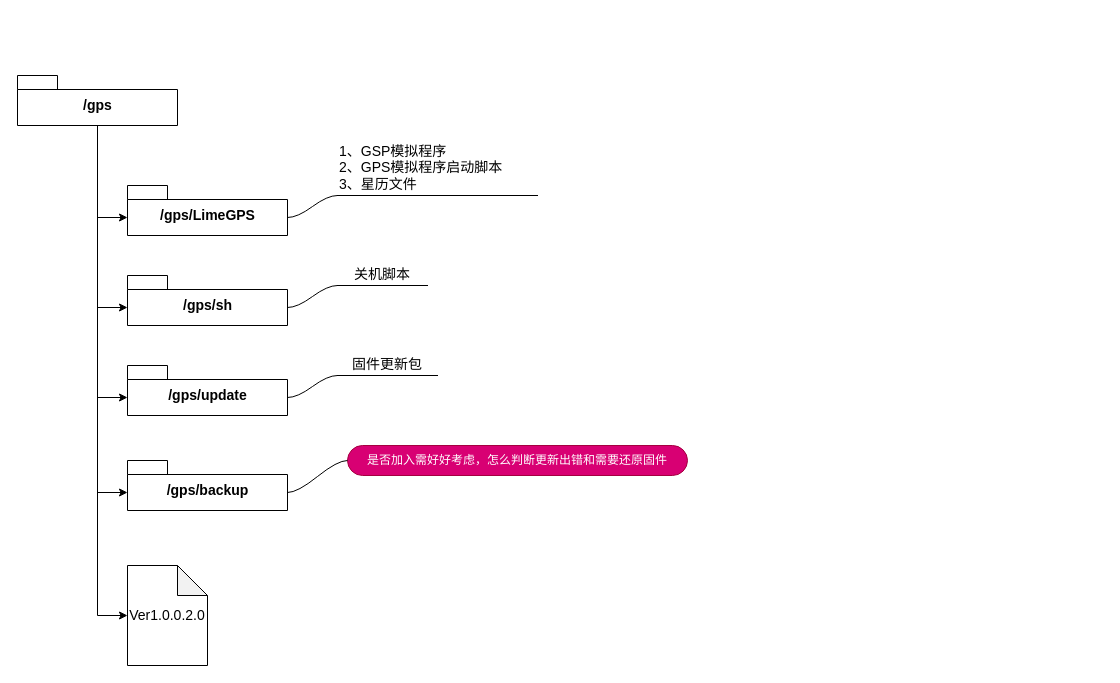
kyphoon/ysb_drawio_tree keeps this draw.io diagram as page "隐身保固件存放目录" (20 of 25) of 隐身保arm版-业务流程-V1.0-20221028-1.drawio. Above is the earlier version. Source tidied: cells renumbered, new cells numbered last; positions are measured from the earlier drawing's top-left corner, leaving out a move shared by most shapes. Both pictures are drawn from the tidied source at 100%, with x=0, y=0 at pixel (17, 75).
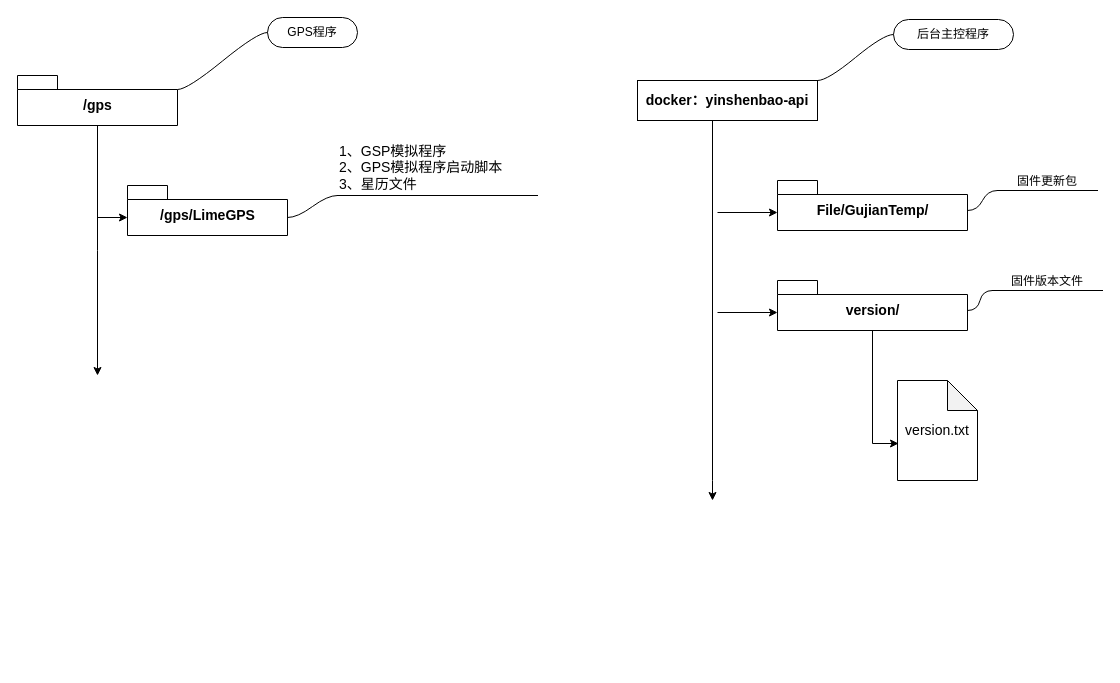
After the change.

The change refers to these unchanged cells:
```xml
<mxCell id="7" value="/gps" style="shape=folder;fontStyle=1;spacingTop=10;tabWidth=40;tabHeight=14;tabPosition=left;html=1;fontSize=14;" parent="1" vertex="1">
  <mxGeometry width="160" height="50" as="geometry" />
</mxCell>
```

What changed in the source:
```diff
@@
-    <mxCell id="3" style="edgeStyle=orthogonalEdgeStyle;rounded=0;jettySize=auto;html=1;entryX=0;entryY=0;entryDx=0;entryDy=32;entryPerimeter=0;fontSize=14;" parent="1" edge="1" source="7" target="9">
-      <mxGeometry relative="1" as="geometry" />
-    </mxCell>
-    <mxCell id="4" style="edgeStyle=orthogonalEdgeStyle;rounded=0;jettySize=auto;html=1;entryX=0;entryY=0;entryDx=0;entryDy=32;entryPerimeter=0;fontSize=14;" parent="1" edge="1" source="7" target="10">
-      <mxGeometry relative="1" as="geometry" />
-    </mxCell>
-    <mxCell id="5" style="edgeStyle=orthogonalEdgeStyle;rounded=0;jettySize=auto;html=1;entryX=0;entryY=0;entryDx=0;entryDy=32;entryPerimeter=0;fontSize=14;" parent="1" edge="1" source="7" target="11">
-      <mxGeometry relative="1" as="geometry" />
-    </mxCell>
-    <mxCell id="6" style="edgeStyle=orthogonalEdgeStyle;rounded=0;jettySize=auto;html=1;entryX=0;entryY=0.5;entryDx=0;entryDy=0;entryPerimeter=0;fontSize=14;" parent="1" edge="1" source="7" target="12">
-      <mxGeometry relative="1" as="geometry" />
+    <mxCell id="6" style="edgeStyle=orthogonalEdgeStyle;rounded=0;jettySize=auto;html=1;fontSize=14;" parent="1" edge="1" source="7">
+      <mxGeometry relative="1" as="geometry">
+        <mxPoint x="80" y="300" as="targetPoint" />
+      </mxGeometry>
     </mxCell>
@@
-    <mxCell id="9" value="/gps/sh" style="shape=folder;fontStyle=1;spacingTop=10;tabWidth=40;tabHeight=14;tabPosition=left;html=1;fontSize=14;" parent="1" vertex="1">
-      <mxGeometry x="110" y="200" width="160" height="50" as="geometry" />
-    </mxCell>
-    <mxCell id="10" value="/gps/update" style="shape=folder;fontStyle=1;spacingTop=10;tabWidth=40;tabHeight=14;tabPosition=left;html=1;fontSize=14;" parent="1" vertex="1">
-      <mxGeometry x="110" y="290" width="160" height="50" as="geometry" />
-    </mxCell>
-    <mxCell id="11" value="/gps/backup" style="shape=folder;fontStyle=1;spacingTop=10;tabWidth=40;tabHeight=14;tabPosition=left;html=1;fontSize=14;" parent="1" vertex="1">
-      <mxGeometry x="110" y="385" width="160" height="50" as="geometry" />
-    </mxCell>
-    <mxCell id="12" value="Ver1.0.0.2.0" style="shape=note;whiteSpace=wrap;html=1;backgroundOutline=1;darkOpacity=0.05;fontSize=14;" parent="1" vertex="1">
-      <mxGeometry x="110" y="490" width="80" height="100" as="geometry" />
-    </mxCell>
@@
-    <mxCell id="15" value="关机脚本" style="whiteSpace=wrap;html=1;shape=partialRectangle;top=0;left=0;bottom=1;right=0;points=[[0,1],[1,1]];fillColor=none;align=center;verticalAlign=bottom;routingCenterY=0.5;snapToPoint=1;newEdgeStyle={&quot;edgeStyle&quot;:&quot;entityRelationEdgeStyle&quot;,&quot;startArrow&quot;:&quot;none&quot;,&quot;endArrow&quot;:&quot;none&quot;,&quot;segment&quot;:10,&quot;curved&quot;:1};fontSize=14;" parent="1" vertex="1">
-      <mxGeometry x="320" y="190" width="90" height="20" as="geometry" />
-    </mxCell>
-    <mxCell id="16" style="edgeStyle=entityRelationEdgeStyle;startArrow=none;endArrow=none;segment=10;curved=1;rounded=0;fontSize=14;exitX=0;exitY=0;exitDx=160;exitDy=32;exitPerimeter=0;" parent="1" edge="1" source="9" target="15">
-      <mxGeometry relative="1" as="geometry" />
-    </mxCell>
+    <mxCell id="21" style="edgeStyle=orthogonalEdgeStyle;rounded=0;orthogonalLoop=1;jettySize=auto;html=1;" parent="1" edge="1">
+      <mxGeometry relative="1" as="geometry">
+        <mxPoint x="695" y="45" as="sourcePoint" />
+        <mxPoint x="695" y="425" as="targetPoint" />
+        <Array as="points">
+          <mxPoint x="695" y="405" />
+        </Array>
+      </mxGeometry>
+    </mxCell>
+    <mxCell id="22" value="File/GujianTemp/" style="shape=folder;fontStyle=1;spacingTop=10;tabWidth=40;tabHeight=14;tabPosition=left;html=1;fontSize=14;" parent="1" vertex="1">
+      <mxGeometry x="760" y="105" width="190" height="50" as="geometry" />
+    </mxCell>
+    <mxCell id="23" style="endArrow=classic;html=1;rounded=0;entryX=0;entryY=0;entryDx=0;entryDy=32;entryPerimeter=0;" parent="1" edge="1" target="22">
+      <mxGeometry relative="1" as="geometry">
+        <mxPoint x="700" y="137" as="sourcePoint" />
+      </mxGeometry>
+    </mxCell>
-    <mxCell id="17" value="固件更新包" style="whiteSpace=wrap;html=1;shape=partialRectangle;top=0;left=0;bottom=1;right=0;points=[[0,1],[1,1]];fillColor=none;align=center;verticalAlign=bottom;routingCenterY=0.5;snapToPoint=1;newEdgeStyle={&quot;edgeStyle&quot;:&quot;entityRelationEdgeStyle&quot;,&quot;startArrow&quot;:&quot;none&quot;,&quot;endArrow&quot;:&quot;none&quot;,&quot;segment&quot;:10,&quot;curved&quot;:1};fontSize=14;" parent="1" vertex="1">
-      <mxGeometry x="320" y="280" width="100" height="20" as="geometry" />
+    <mxCell id="17" value="固件更新包" style="whiteSpace=wrap;html=1;shape=partialRectangle;top=0;left=0;bottom=1;right=0;points=[[0,1],[1,1]];fillColor=none;align=center;verticalAlign=bottom;routingCenterY=0.5;snapToPoint=1;newEdgeStyle={&quot;edgeStyle&quot;:&quot;entityRelationEdgeStyle&quot;,&quot;startArrow&quot;:&quot;none&quot;,&quot;endArrow&quot;:&quot;none&quot;,&quot;segment&quot;:10,&quot;curved&quot;:1};" parent="1" vertex="1">
+      <mxGeometry x="980" y="85" width="100" height="30" as="geometry" />
     </mxCell>
-    <mxCell id="18" style="edgeStyle=entityRelationEdgeStyle;startArrow=none;endArrow=none;segment=10;curved=1;rounded=0;fontSize=14;exitX=0;exitY=0;exitDx=160;exitDy=32;exitPerimeter=0;" parent="1" edge="1" source="10" target="17">
-      <mxGeometry relative="1" as="geometry" />
-    </mxCell>
-    <mxCell id="19" value="是否加入需好好考虑，怎么判断更新出错和需要还原固件" style="whiteSpace=wrap;html=1;rounded=1;arcSize=50;align=center;verticalAlign=middle;strokeWidth=1;spacing=4;newEdgeStyle={&quot;edgeStyle&quot;:&quot;entityRelationEdgeStyle&quot;,&quot;startArrow&quot;:&quot;none&quot;,&quot;endArrow&quot;:&quot;none&quot;,&quot;segment&quot;:10,&quot;curved&quot;:1};fillColor=#d80073;strokeColor=#A50040;fontColor=#ffffff;" parent="1" vertex="1">
-      <mxGeometry x="330" y="370" width="340" height="30" as="geometry" />
-    </mxCell>
-    <mxCell id="20" style="edgeStyle=entityRelationEdgeStyle;startArrow=none;endArrow=none;segment=10;curved=1;rounded=0;exitX=0;exitY=0;exitDx=160;exitDy=32;exitPerimeter=0;" parent="1" edge="1" source="11" target="19">
-      <mxGeometry relative="1" as="geometry" />
-    </mxCell>
+    <mxCell id="24" style="edgeStyle=entityRelationEdgeStyle;startArrow=none;endArrow=none;segment=10;curved=1;rounded=0;" parent="1" edge="1" target="17">
+      <mxGeometry relative="1" as="geometry">
+        <mxPoint x="950" y="135" as="sourcePoint" />
+      </mxGeometry>
+    </mxCell>
+    <mxCell id="25" style="edgeStyle=orthogonalEdgeStyle;rounded=0;jettySize=auto;html=1;entryX=0.013;entryY=0.63;entryDx=0;entryDy=0;entryPerimeter=0;" parent="1" edge="1" source="26" target="30">
+      <mxGeometry relative="1" as="geometry" />
+    </mxCell>
+    <mxCell id="26" value="version/" style="shape=folder;fontStyle=1;spacingTop=10;tabWidth=40;tabHeight=14;tabPosition=left;html=1;fontSize=14;" parent="1" vertex="1">
+      <mxGeometry x="760" y="205" width="190" height="50" as="geometry" />
+    </mxCell>
+    <mxCell id="27" style="endArrow=classic;html=1;rounded=0;entryX=0;entryY=0;entryDx=0;entryDy=32;entryPerimeter=0;" parent="1" edge="1" target="26">
+      <mxGeometry relative="1" as="geometry">
+        <mxPoint x="700" y="237" as="sourcePoint" />
+      </mxGeometry>
+    </mxCell>
+    <mxCell id="28" value="固件版本文件" style="whiteSpace=wrap;html=1;shape=partialRectangle;top=0;left=0;bottom=1;right=0;points=[[0,1],[1,1]];fillColor=none;align=center;verticalAlign=bottom;routingCenterY=0.5;snapToPoint=1;newEdgeStyle={&quot;edgeStyle&quot;:&quot;entityRelationEdgeStyle&quot;,&quot;startArrow&quot;:&quot;none&quot;,&quot;endArrow&quot;:&quot;none&quot;,&quot;segment&quot;:10,&quot;curved&quot;:1};" parent="1" vertex="1">
+      <mxGeometry x="975" y="185" width="110" height="30" as="geometry" />
+    </mxCell>
+    <mxCell id="29" style="edgeStyle=entityRelationEdgeStyle;startArrow=none;endArrow=none;segment=10;curved=1;rounded=0;" parent="1" edge="1" target="28">
+      <mxGeometry relative="1" as="geometry">
+        <mxPoint x="950" y="235" as="sourcePoint" />
+      </mxGeometry>
+    </mxCell>
+    <mxCell id="30" value="version.txt" style="shape=note;whiteSpace=wrap;html=1;backgroundOutline=1;darkOpacity=0.05;fontSize=14;" parent="1" vertex="1">
+      <mxGeometry x="880" y="305" width="80" height="100" as="geometry" />
+    </mxCell>
+    <mxCell id="31" value="&lt;span style=&quot;font-size: 14px; font-weight: 700;&quot;&gt;docker：yinshenbao-api&lt;/span&gt;" style="whiteSpace=wrap;html=1;" parent="1" vertex="1">
+      <mxGeometry x="620" y="5" width="180" height="40" as="geometry" />
+    </mxCell>
+    <mxCell id="32" value="GPS程序" style="whiteSpace=wrap;html=1;rounded=1;arcSize=50;align=center;verticalAlign=middle;strokeWidth=1;spacing=4;newEdgeStyle={&quot;edgeStyle&quot;:&quot;entityRelationEdgeStyle&quot;,&quot;startArrow&quot;:&quot;none&quot;,&quot;endArrow&quot;:&quot;none&quot;,&quot;segment&quot;:10,&quot;curved&quot;:1};" parent="1" vertex="1">
+      <mxGeometry x="250" y="-58" width="90" height="30" as="geometry" />
+    </mxCell>
+    <mxCell id="33" style="edgeStyle=entityRelationEdgeStyle;startArrow=none;endArrow=none;segment=10;curved=1;rounded=0;exitX=0;exitY=0;exitDx=160;exitDy=14;exitPerimeter=0;" parent="1" edge="1" source="7" target="32">
+      <mxGeometry relative="1" as="geometry" />
+    </mxCell>
+    <mxCell id="34" value="后台主控程序" style="whiteSpace=wrap;html=1;rounded=1;arcSize=50;align=center;verticalAlign=middle;strokeWidth=1;spacing=4;newEdgeStyle={&quot;edgeStyle&quot;:&quot;entityRelationEdgeStyle&quot;,&quot;startArrow&quot;:&quot;none&quot;,&quot;endArrow&quot;:&quot;none&quot;,&quot;segment&quot;:10,&quot;curved&quot;:1};" parent="1" vertex="1">
+      <mxGeometry x="876" y="-56" width="120" height="30" as="geometry" />
+    </mxCell>
+    <mxCell id="35" style="edgeStyle=entityRelationEdgeStyle;startArrow=none;endArrow=none;segment=10;curved=1;rounded=0;exitX=1;exitY=0;exitDx=0;exitDy=0;" parent="1" edge="1" source="31" target="34">
+      <mxGeometry relative="1" as="geometry" />
+    </mxCell>
```
